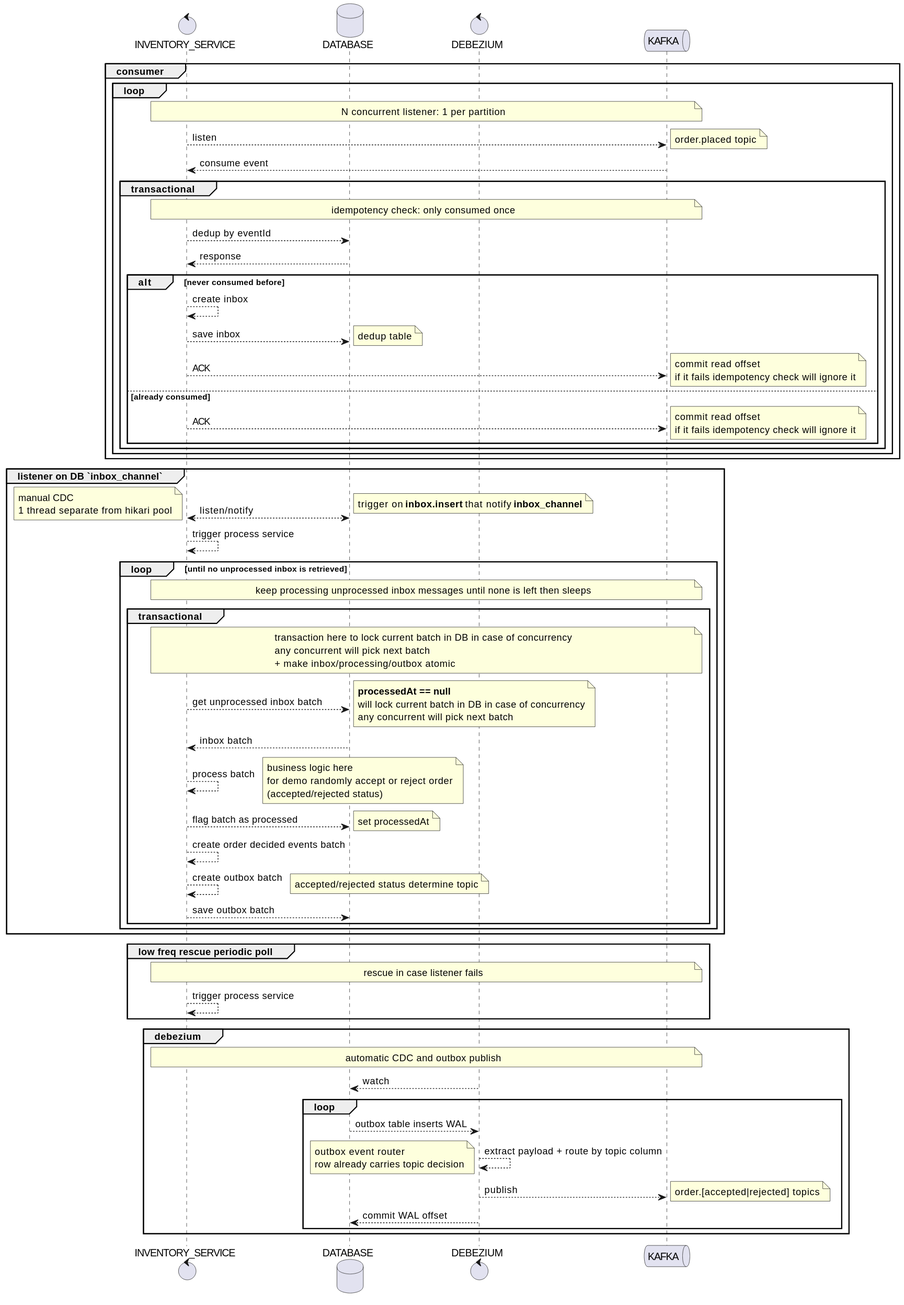
Above: docs/inventory_service_seq.svg in 7mza/kafka-demo (PlantUML), before the change.
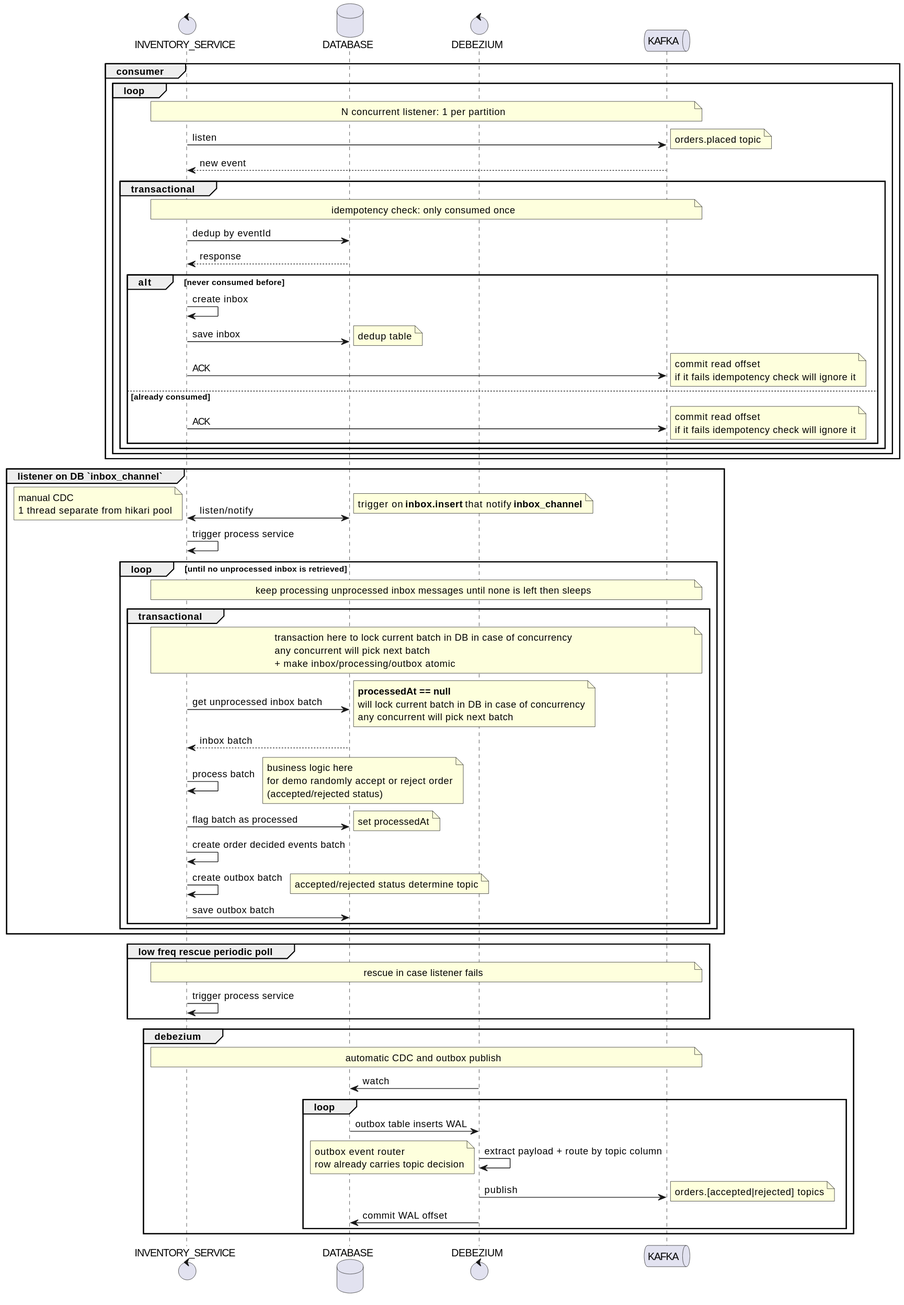
Above is the later version.

The edit, as a diff of the source:
```diff
@@ -7,21 +7,21 @@
 group consumer
     loop
         note across: N concurrent listener: 1 per partition
-        SERVICE --> K: listen
-        note right: order.placed topic
-        K --> SERVICE: consume event
+        SERVICE -> K: listen
+        note right: orders.placed topic
+        K --> SERVICE: new event
         group transactional
             note across: idempotency check: only consumed once
-            SERVICE --> DB: dedup by eventId
+            SERVICE -> DB: dedup by eventId
             DB --> SERVICE: response
             alt never consumed before
-                SERVICE --> SERVICE: create inbox
-                SERVICE --> DB: save inbox
+                SERVICE -> SERVICE: create inbox
+                SERVICE -> DB: save inbox
                 note right: dedup table
-                SERVICE --> K: ACK
+                SERVICE -> K: ACK
                 note right: commit read offset\nif it fails idempotency check will ignore it
             else already consumed
-                SERVICE --> K: ACK
+                SERVICE -> K: ACK
                 note right: commit read offset\nif it fails idempotency check will ignore it
             end
         end
@@ -29,44 +29,44 @@
 end
 
 group listener on DB `inbox_channel`
-    SERVICE <--> DB: listen/notify
+    SERVICE <-> DB: listen/notify
     note left: manual CDC\n1 thread separate from hikari pool
     note right: trigger on **inbox.insert** that notify **inbox_channel**
-    SERVICE --> SERVICE: trigger process service
+    SERVICE -> SERVICE: trigger process service
     loop until no unprocessed inbox is retrieved
         note across: keep processing unprocessed inbox messages until none is left then sleeps
         group transactional
             note across: transaction here to lock current batch in DB in case of concurrency\nany concurrent will pick next batch\n+ make inbox/processing/outbox atomic
-            SERVICE --> DB: get unprocessed inbox batch
+            SERVICE -> DB: get unprocessed inbox batch
             note right: **processedAt == null**\nwill lock current batch in DB in case of concurrency\nany concurrent will pick next batch
             DB --> SERVICE: inbox batch
-            SERVICE --> SERVICE: process batch
+            SERVICE -> SERVICE: process batch
             note right: business logic here\nfor demo randomly accept or reject order\n(accepted/rejected status)
-            SERVICE --> DB: flag batch as processed
+            SERVICE -> DB: flag batch as processed
             note right: set processedAt
-            SERVICE --> SERVICE: create order decided events batch
-            SERVICE --> SERVICE: create outbox batch
+            SERVICE -> SERVICE: create order decided events batch
+            SERVICE -> SERVICE: create outbox batch
             note right: accepted/rejected status determine topic
-            SERVICE --> DB: save outbox batch
+            SERVICE -> DB: save outbox batch
         end
     end
 end
 
 group low freq rescue periodic poll
     note across: rescue in case listener fails
-    SERVICE --> SERVICE: trigger process service
+    SERVICE -> SERVICE: trigger process service
 end
 
 group debezium
     note across: automatic CDC and outbox publish
-    Z --> DB: watch
+    Z -> DB: watch
     loop
-        DB --> Z: outbox table inserts WAL
-        Z --> Z: extract payload + route by topic column
+        DB -> Z: outbox table inserts WAL
+        Z -> Z: extract payload + route by topic column
         note left: outbox event router\nrow already carries topic decision
-        Z --> K: publish
-        note right: order.[accepted|rejected] topics
-        Z --> DB: commit WAL offset
+        Z -> K: publish
+        note right: orders.[accepted|rejected] topics
+        Z -> DB: commit WAL offset
     end
 end
 @enduml
```
